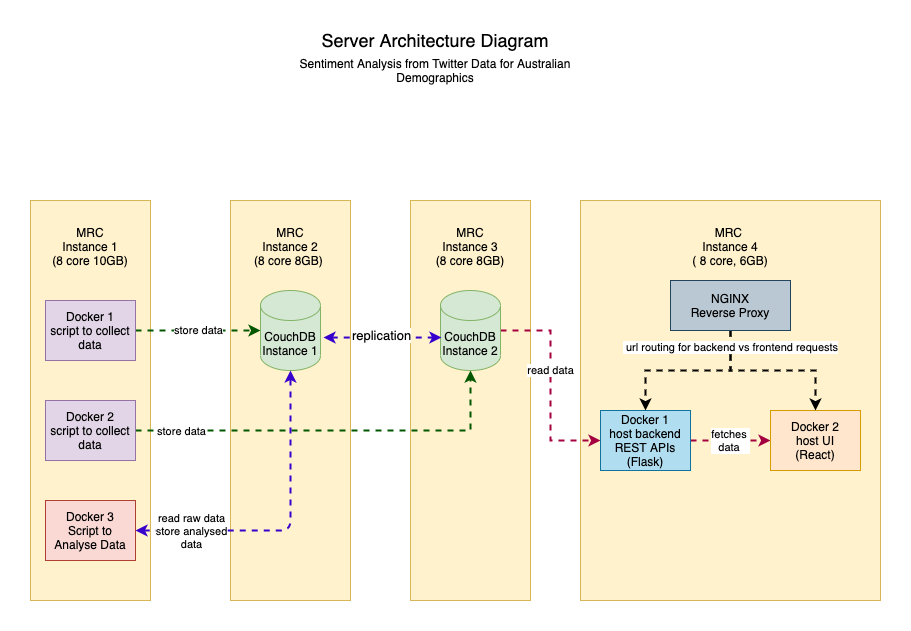
Earlier version of the draw.io export images/ServerArchitecture.png (TD0401/COMP90024_Assignment2). Source tidied: cells renumbered, new cells last; positions are measured from the earlier drawing's top-left corner, leaving out a move shared by most shapes.
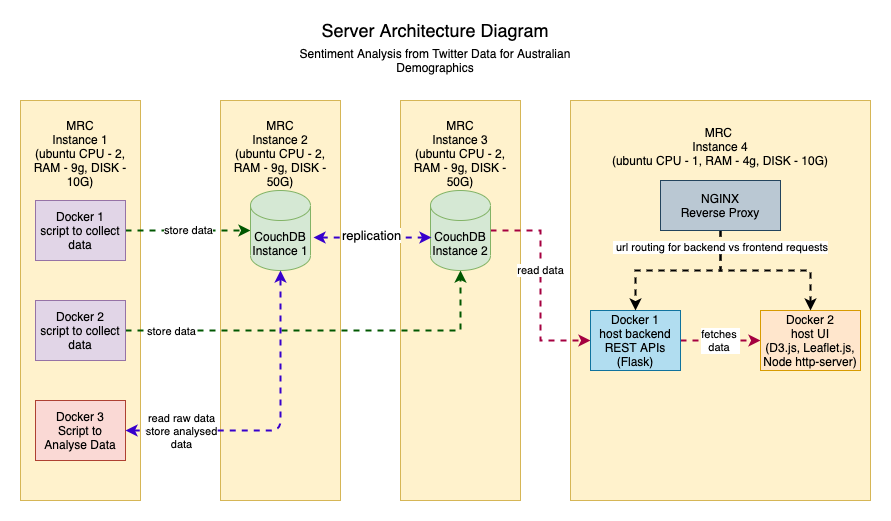
After the commit.

Commit message:
updated server architecture

What changed in the source:
```diff
@@ -3,21 +3,21 @@
     <mxCell id="0" />
     <mxCell id="1" parent="0" />
     <mxCell id="2" value="&lt;font style=&quot;font-size: 18px&quot;&gt;Server Architecture Diagram&lt;/font&gt;" style="text;html=1;strokeColor=none;fillColor=none;align=center;verticalAlign=middle;whiteSpace=wrap;rounded=0;" parent="1" vertex="1">
-      <mxGeometry x="260" width="290" height="20" as="geometry" />
+      <mxGeometry x="270" y="90" width="290" height="20" as="geometry" />
     </mxCell>
     <mxCell id="3" value="Sentiment Analysis from Twitter Data for Australian Demographics" style="text;html=1;strokeColor=none;fillColor=none;align=center;verticalAlign=middle;whiteSpace=wrap;rounded=0;" parent="1" vertex="1">
-      <mxGeometry x="260" y="30" width="290" height="20" as="geometry" />
+      <mxGeometry x="270" y="120" width="290" height="20" as="geometry" />
     </mxCell>
-    <mxCell id="4" value="MRC&lt;br&gt;Instance 1&lt;br&gt;(8 core 10GB)&lt;br&gt;&lt;br&gt;&lt;br&gt;&lt;br&gt;&lt;br&gt;&lt;br&gt;&lt;br&gt;&lt;br&gt;&lt;br&gt;&lt;br&gt;&lt;br&gt;&lt;br&gt;&lt;br&gt;&lt;br&gt;&lt;br&gt;&lt;br&gt;&lt;br&gt;&lt;br&gt;&lt;br&gt;&lt;br&gt;&lt;br&gt;&lt;br&gt;&lt;br&gt;" style="rounded=0;whiteSpace=wrap;html=1;fillColor=#fff2cc;strokeColor=#d6b656;" parent="1" vertex="1">
+    <mxCell id="4" value="MRC&lt;br&gt;Instance 1&lt;br&gt;(ubuntu CPU - 2, RAM - 9g, DISK - 10G)&lt;br&gt;&lt;br&gt;&lt;br&gt;&lt;br&gt;&lt;br&gt;&lt;br&gt;&lt;br&gt;&lt;br&gt;&lt;br&gt;&lt;br&gt;&lt;br&gt;&lt;br&gt;&lt;br&gt;&lt;br&gt;&lt;br&gt;&lt;br&gt;&lt;br&gt;&lt;br&gt;&lt;br&gt;&lt;br&gt;&lt;br&gt;&lt;br&gt;" style="rounded=0;whiteSpace=wrap;html=1;fillColor=#fff2cc;strokeColor=#d6b656;" parent="1" vertex="1">
       <mxGeometry y="170" width="120" height="400" as="geometry" />
     </mxCell>
-    <mxCell id="5" value="MRC&lt;br&gt;Instance 2&lt;br&gt;(8 core 8GB)&amp;nbsp;&lt;br&gt;&lt;br&gt;&lt;br&gt;&lt;br&gt;&lt;br&gt;&lt;br&gt;&lt;br&gt;&lt;br&gt;&lt;br&gt;&lt;br&gt;&lt;br&gt;&lt;br&gt;&lt;br&gt;&lt;br&gt;&lt;br&gt;&lt;br&gt;&lt;br&gt;&lt;br&gt;&lt;br&gt;&lt;br&gt;&lt;br&gt;&lt;br&gt;&lt;br&gt;" style="rounded=0;whiteSpace=wrap;html=1;fillColor=#fff2cc;strokeColor=#d6b656;" parent="1" vertex="1">
+    <mxCell id="5" value="MRC&lt;br&gt;Instance 2&lt;br&gt;(ubuntu CPU - 2, RAM - 9g, DISK - 50G)&lt;br&gt;&lt;br&gt;&lt;br&gt;&amp;nbsp;&lt;br&gt;&lt;br&gt;&lt;br&gt;&lt;br&gt;&lt;br&gt;&lt;br&gt;&lt;br&gt;&lt;br&gt;&lt;br&gt;&lt;br&gt;&lt;br&gt;&lt;br&gt;&lt;br&gt;&lt;br&gt;&lt;br&gt;&lt;br&gt;&lt;br&gt;&lt;br&gt;&lt;br&gt;" style="rounded=0;whiteSpace=wrap;html=1;fillColor=#fff2cc;strokeColor=#d6b656;" parent="1" vertex="1">
       <mxGeometry x="200" y="170" width="120" height="400" as="geometry" />
     </mxCell>
-    <mxCell id="6" value="MRC&lt;br&gt;Instance 3&lt;br&gt;(8 core 8GB)&lt;br&gt;&lt;br&gt;&lt;br&gt;&lt;br&gt;&lt;br&gt;&lt;br&gt;&lt;br&gt;&lt;br&gt;&lt;br&gt;&lt;br&gt;&lt;br&gt;&lt;br&gt;&lt;br&gt;&lt;br&gt;&lt;br&gt;&lt;br&gt;&lt;br&gt;&lt;br&gt;&lt;br&gt;&lt;br&gt;&lt;br&gt;&lt;br&gt;&lt;br&gt;" style="rounded=0;whiteSpace=wrap;html=1;fillColor=#fff2cc;strokeColor=#d6b656;" parent="1" vertex="1">
+    <mxCell id="6" value="MRC&lt;br&gt;Instance 3&lt;br&gt;(ubuntu CPU - 2, RAM - 9g, DISK - 50G)&lt;br&gt;&lt;br&gt;&lt;br&gt;&lt;br&gt;&lt;br&gt;&lt;br&gt;&lt;br&gt;&lt;br&gt;&lt;br&gt;&lt;br&gt;&lt;br&gt;&lt;br&gt;&lt;br&gt;&lt;br&gt;&lt;br&gt;&lt;br&gt;&lt;br&gt;&lt;br&gt;&lt;br&gt;&lt;br&gt;&lt;br&gt;&lt;br&gt;" style="rounded=0;whiteSpace=wrap;html=1;fillColor=#fff2cc;strokeColor=#d6b656;" parent="1" vertex="1">
       <mxGeometry x="380" y="170" width="120" height="400" as="geometry" />
     </mxCell>
-    <mxCell id="7" value="&lt;br&gt;MRC &lt;br&gt;Instance 4&lt;br&gt;( 8 core, 6GB)&lt;br&gt;&lt;br&gt;&lt;br&gt;&lt;br&gt;&lt;br&gt;&lt;br&gt;&lt;br&gt;&lt;br&gt;&lt;br&gt;&lt;br&gt;&lt;br&gt;&lt;br&gt;&lt;br&gt;&lt;br&gt;&lt;br&gt;&lt;br&gt;&lt;br&gt;&lt;br&gt;&lt;br&gt;&lt;br&gt;&lt;br&gt;&lt;br&gt;&lt;br&gt;&lt;br&gt;" style="rounded=0;whiteSpace=wrap;html=1;fillColor=#fff2cc;strokeColor=#d6b656;" parent="1" vertex="1">
+    <mxCell id="7" value="&lt;br&gt;MRC &lt;br&gt;Instance 4&lt;br&gt;(ubuntu CPU - 1, RAM - 4g, DISK - 10G)&lt;br&gt;&lt;br&gt;&lt;br&gt;&lt;br&gt;&lt;br&gt;&lt;br&gt;&lt;br&gt;&lt;br&gt;&lt;br&gt;&lt;br&gt;&lt;br&gt;&lt;br&gt;&lt;br&gt;&lt;br&gt;&lt;br&gt;&lt;br&gt;&lt;br&gt;&lt;br&gt;&lt;br&gt;&lt;br&gt;&lt;br&gt;&lt;br&gt;&lt;br&gt;&lt;br&gt;" style="rounded=0;whiteSpace=wrap;html=1;fillColor=#fff2cc;strokeColor=#d6b656;" parent="1" vertex="1">
       <mxGeometry x="550" y="170" width="300" height="400" as="geometry" />
     </mxCell>
     <mxCell id="8" value="store data" style="edgeStyle=orthogonalEdgeStyle;rounded=0;jettySize=auto;html=1;entryX=0;entryY=0.5;entryDx=0;entryDy=0;entryPerimeter=0;dashed=1;strokeWidth=2;fillColor=#008a00;strokeColor=#005700;" parent="1" edge="1" source="9" target="17">
@@ -46,8 +46,8 @@
     <mxCell id="15" value="Docker 1&lt;br&gt;host backend REST APIs&lt;br&gt;(Flask)" style="rounded=0;whiteSpace=wrap;html=1;fillColor=#b1ddf0;strokeColor=#10739e;" parent="1" vertex="1">
       <mxGeometry x="570" y="380" width="90" height="60" as="geometry" />
     </mxCell>
-    <mxCell id="16" value="Docker 2&lt;br&gt;host UI&lt;br&gt;(React)" style="rounded=0;whiteSpace=wrap;html=1;fillColor=#ffe6cc;strokeColor=#d79b00;" parent="1" vertex="1">
-      <mxGeometry x="740" y="380" width="90" height="60" as="geometry" />
+    <mxCell id="16" value="Docker 2&lt;br&gt;host UI&lt;br&gt;(D3.js, Leaflet.js, Node http-server)" style="rounded=0;whiteSpace=wrap;html=1;fillColor=#ffe6cc;strokeColor=#d79b00;" parent="1" vertex="1">
+      <mxGeometry x="740" y="380" width="100" height="60" as="geometry" />
     </mxCell>
     <mxCell id="17" value="CouchDB&lt;br&gt;Instance 1" style="shape=cylinder3;whiteSpace=wrap;html=1;boundedLbl=1;backgroundOutline=1;size=15;fillColor=#d5e8d4;strokeColor=#82b366;" parent="1" vertex="1">
       <mxGeometry x="230" y="260" width="60" height="80" as="geometry" />
```
